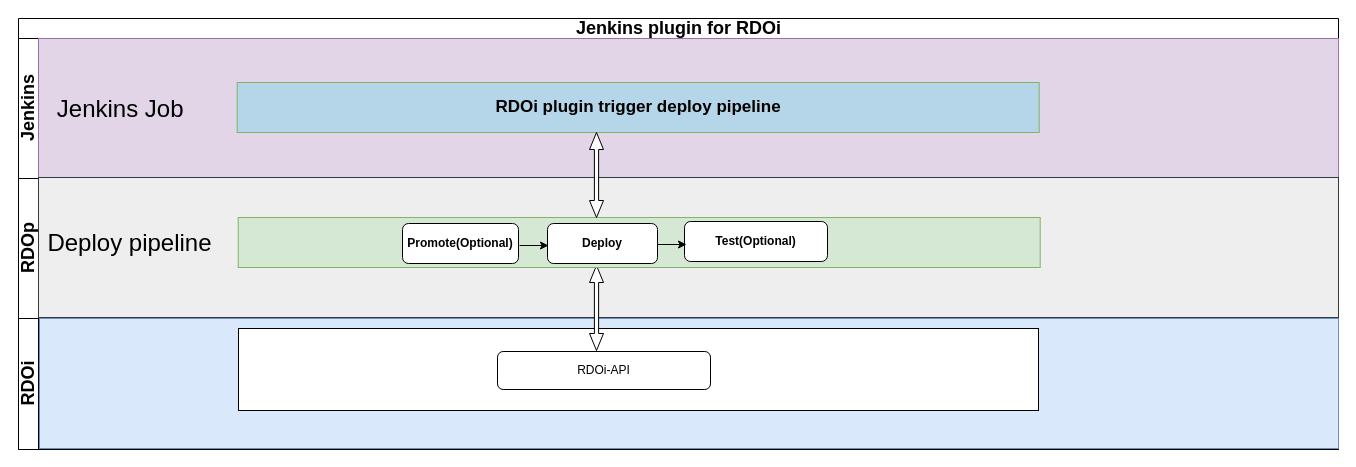
The draw.io diagram RDOp/Jenkins plugin trigger deploy build.drawio in dingzhanxing/Diagram, before the edit. Source tidied: cells renumbered, new cells numbered last; positions are measured from the earlier drawing's top-left corner, leaving out a move shared by most shapes. Both pictures are drawn from the tidied source at 100%, with x=0, y=0 at pixel (18, 18).
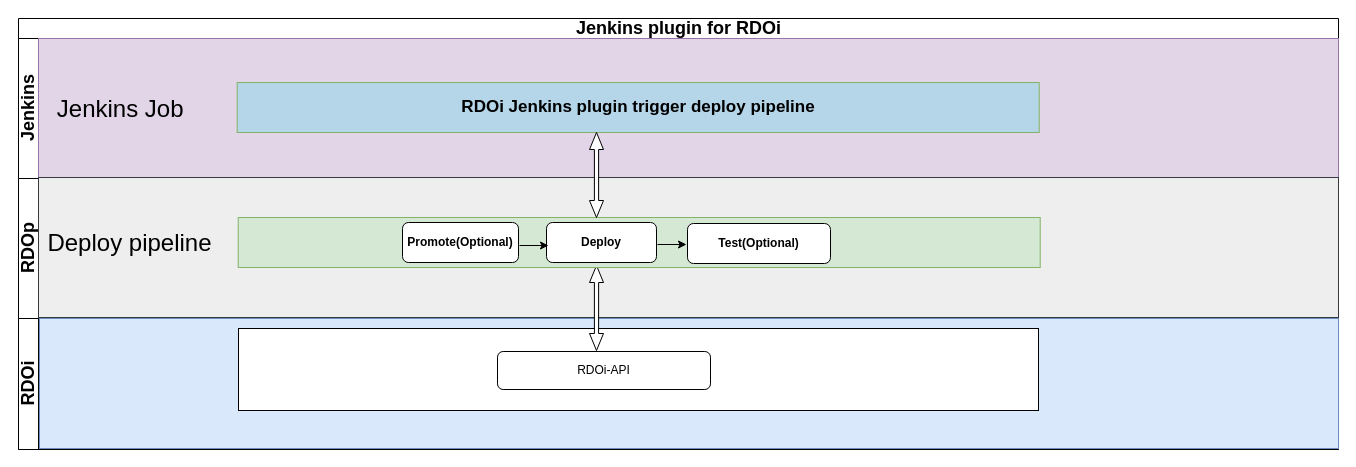
The same diagram, later.

Unchanged cells that the change refers to:
```xml
<mxCell id="3" value="&lt;font style=&quot;font-size: 18px;&quot;&gt;Jenkins&lt;/font&gt;" style="swimlane;startSize=20;horizontal=0;html=1;" parent="2" vertex="1">
  <mxGeometry y="20" width="1320" height="140" as="geometry" />
</mxCell>
```

Change to the diagram source:
```diff
@@
-    <mxCell id="6" value="&lt;b&gt;&lt;font style=&quot;font-size: 17px;&quot;&gt;RDOi plugin trigger deploy pipeline&lt;/font&gt;&lt;/b&gt;" style="rounded=0;whiteSpace=wrap;html=1;fillColor=#B5D5E8;strokeColor=#82b366;" parent="3" vertex="1">
+    <mxCell id="6" value="&lt;b&gt;&lt;font style=&quot;font-size: 17px;&quot;&gt;RDOi Jenkins plugin trigger deploy pipeline&lt;/font&gt;&lt;/b&gt;" style="rounded=0;whiteSpace=wrap;html=1;fillColor=#B5D5E8;strokeColor=#82b366;" parent="3" vertex="1">
       <mxGeometry x="218.7" y="44" width="802" height="50" as="geometry" />
     </mxCell>
@@
     <mxCell id="17" value="&lt;b&gt;Promote(Optional)&lt;/b&gt;" style="rounded=1;whiteSpace=wrap;html=1;" parent="1" vertex="1">
-      <mxGeometry x="384" y="205" width="116" height="40" as="geometry" />
+      <mxGeometry x="384" y="204" width="116" height="40" as="geometry" />
     </mxCell>
     <mxCell id="18" value="&lt;b style=&quot;border-color: var(--border-color);&quot;&gt;Deploy&lt;/b&gt;" style="rounded=1;whiteSpace=wrap;html=1;" parent="1" vertex="1">
-      <mxGeometry x="529" y="205" width="110" height="40" as="geometry" />
+      <mxGeometry x="528" y="204" width="110" height="40" as="geometry" />
     </mxCell>
     <mxCell id="19" value="&lt;b&gt;Test(Optional)&lt;/b&gt;" style="rounded=1;whiteSpace=wrap;html=1;" parent="1" vertex="1">
-      <mxGeometry x="666" y="203" width="143" height="40" as="geometry" />
+      <mxGeometry x="669" y="205" width="143" height="40" as="geometry" />
     </mxCell>
```
